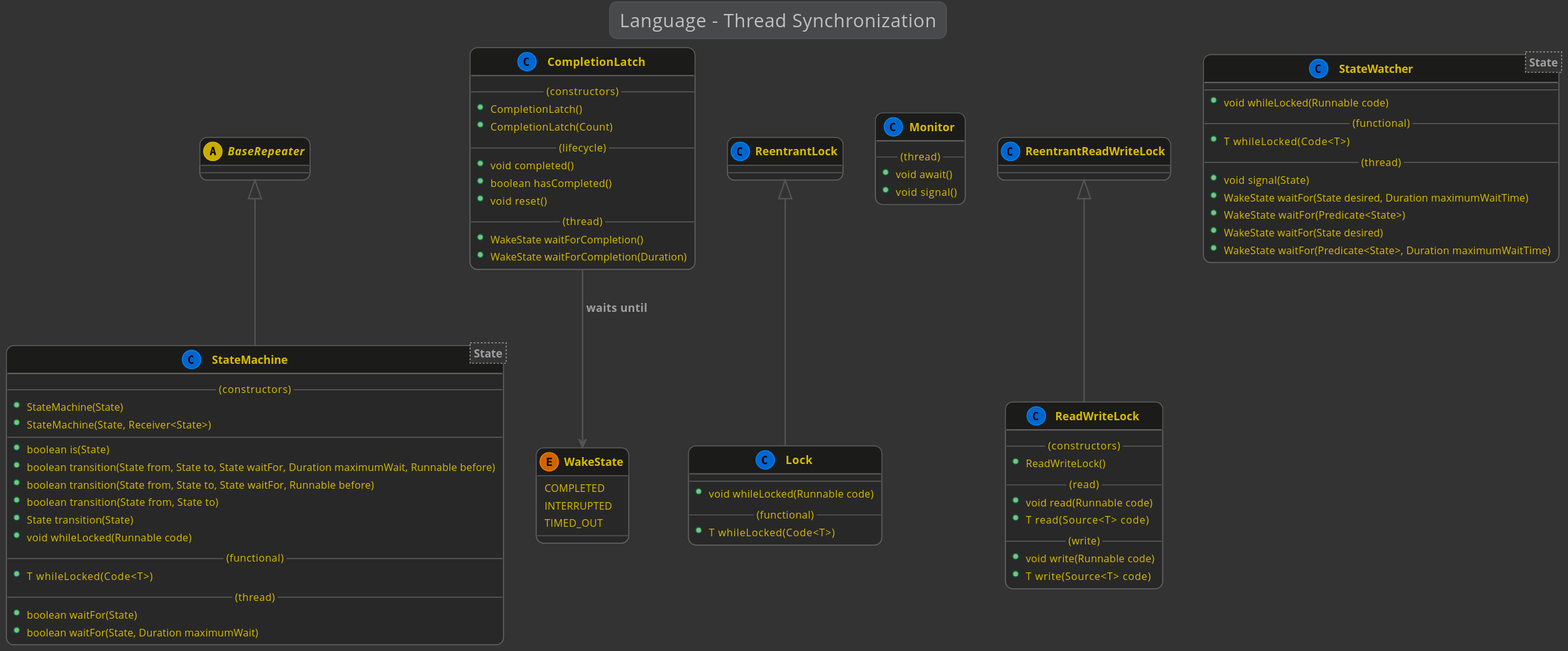
Before: docs/lexakai/kivakit/kivakit-core/kernel/documentation/diagrams/diagram-language-thread-synchronization.svg, a diagram exported from PlantUML (Telenav/kivakit-assets). Source of this version:
```plantuml
@startuml

    !include lexakai.theme

    title "Language - Thread Synchronization"

    abstract BaseRepeater

    CompletionLatch --> WakeState : "waits until"
    class CompletionLatch
    {
        --(constructors)--
        +CompletionLatch()
        +CompletionLatch(Count)
        --(lifecycle)--
        +void completed()
        +boolean hasCompleted()
        +void reset()
        --(thread)--
        +WakeState waitForCompletion()
        +WakeState waitForCompletion(Duration)
    }

    ReentrantLock <|-- Lock
    class Lock
    {
        --
        +void whileLocked(Runnable code)
        --(functional)--
        +T whileLocked(Code<T>)
    }

    class Monitor
    {
        --(thread)--
        +void await()
        +void signal()
    }

    ReentrantReadWriteLock <|-- ReadWriteLock
    class ReadWriteLock
    {
        --(constructors)--
        +ReadWriteLock()
        --(read)--
        +void read(Runnable code)
        +T read(Source<T> code)
        --(write)--
        +void write(Runnable code)
        +T write(Source<T> code)
    }

    BaseRepeater <|-- StateMachine
    class StateMachine<State>
    {
        --(constructors)--
        +StateMachine(State)
        +StateMachine(State, Receiver<State>)
        --
        +boolean is(State)
        +boolean transition(State from, State to, State waitFor, Duration maximumWait, Runnable before)
        +boolean transition(State from, State to, State waitFor, Runnable before)
        +boolean transition(State from, State to)
        +State transition(State)
        +void whileLocked(Runnable code)
        --(functional)--
        +T whileLocked(Code<T>)
        --(thread)--
        +boolean waitFor(State)
        +boolean waitFor(State, Duration maximumWait)
    }

    class StateWatcher<State>
    {
        --
        +void whileLocked(Runnable code)
        --(functional)--
        +T whileLocked(Code<T>)
        --(thread)--
        +void signal(State)
        +WakeState waitFor(State desired, Duration maximumWaitTime)
        +WakeState waitFor(Predicate<State>)
        +WakeState waitFor(State desired)
        +WakeState waitFor(Predicate<State>, Duration maximumWaitTime)
    }

    enum WakeState
    {
        COMPLETED
        INTERRUPTED
        TIMED_OUT
    }

@enduml
```
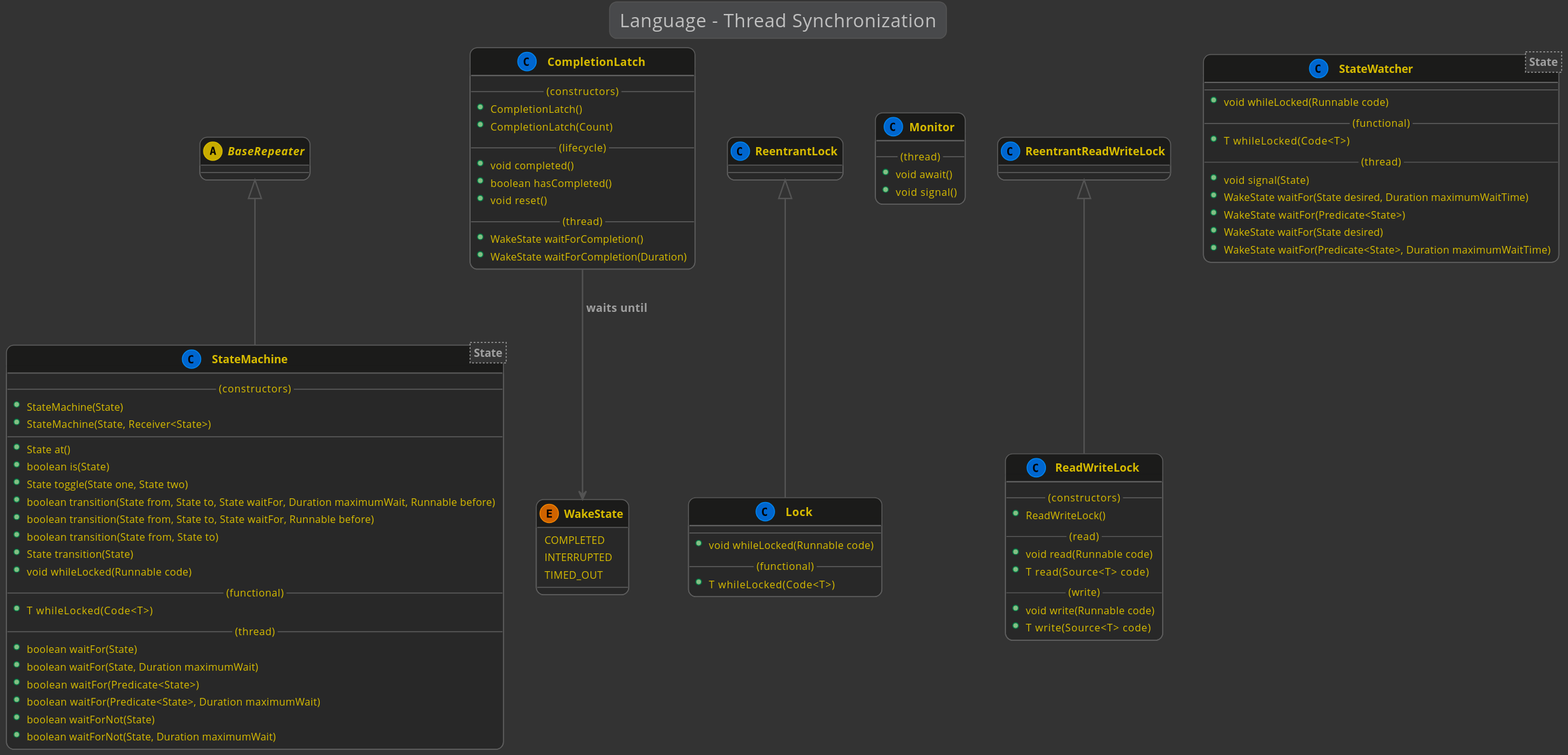
After the commit.

The edit, as a diff of the source:
```diff
@@ -57,7 +57,9 @@
         +StateMachine(State)
         +StateMachine(State, Receiver<State>)
         --
+        +State at()
         +boolean is(State)
+        +State toggle(State one, State two)
         +boolean transition(State from, State to, State waitFor, Duration maximumWait, Runnable before)
         +boolean transition(State from, State to, State waitFor, Runnable before)
         +boolean transition(State from, State to)
@@ -68,6 +70,10 @@
         --(thread)--
         +boolean waitFor(State)
         +boolean waitFor(State, Duration maximumWait)
+        +boolean waitFor(Predicate<State>)
+        +boolean waitFor(Predicate<State>, Duration maximumWait)
+        +boolean waitForNot(State)
+        +boolean waitForNot(State, Duration maximumWait)
     }
 
     class StateWatcher<State>
```
